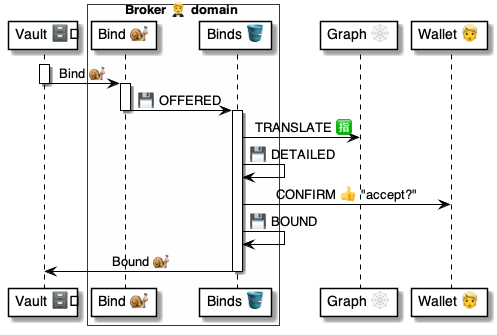
This is 4 ⚙️ Solution/20 🧑‍🦰 UI/Brokers 🤵/🤵🪣 Broker tables/Binds 🔗 table/🪣🧱 10 Bind ⏩ flow/🤵 Broker.Binds.Bind ⚙️ uml.png from pollyweb-org/pollyweb-docs, a PlantUML export, as it was before one commit. Its source is kept beside it as 4 ⚙️ Solution/20 🧑‍🦰 UI/Brokers 🤵/🤵🪣 Broker tables/Binds 🔗 table/🪣🧱 10 Bind ⏩ flow/🤵 Broker.Binds.Bind ⚙️ uml.puml.
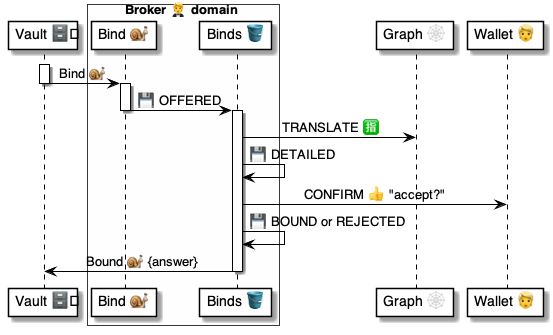
After the commit.

What changed in the source:
```diff
@@ -21,8 +21,8 @@
     binds -> graph: TRANSLATE 🈯
     binds -> binds: 💾 DETAILED
     binds -> wallet: CONFIRM 👍 "accept?"
-    binds -> binds: 💾 BOUND
-    binds -> vault: Bound 🐌
+    binds -> binds: 💾 BOUND or REJECTED
+    binds -> vault: Bound 🐌 {answer}
 deactivate binds
 
 
```
